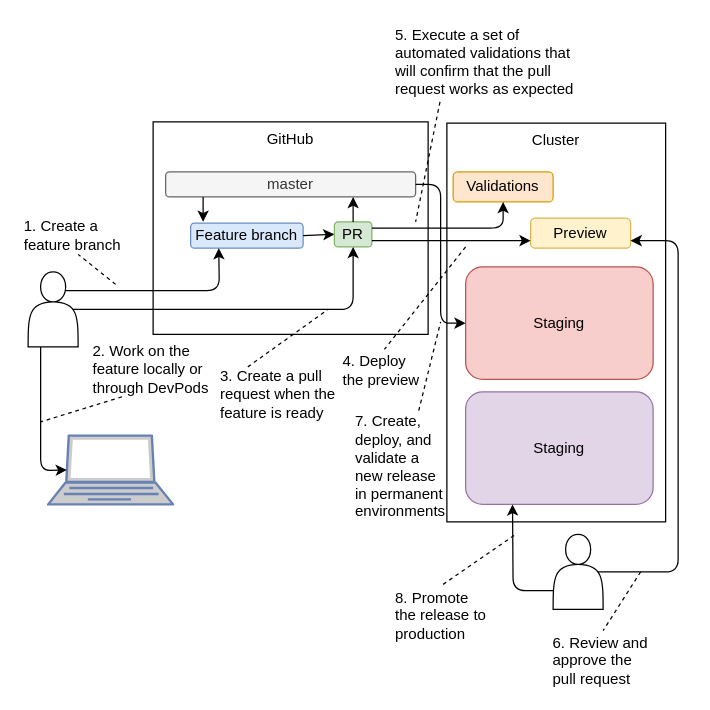
Above: manuscript/images/ch08/pr.drawio in vfarcic/devops26 (draw.io), before the change. Source tidied: cells renumbered, new cells numbered last; positions are measured from the earlier drawing's top-left corner, leaving out a move shared by most shapes. Both pictures are drawn from the tidied source at 125%, with x=0, y=0 at pixel (21, 21).
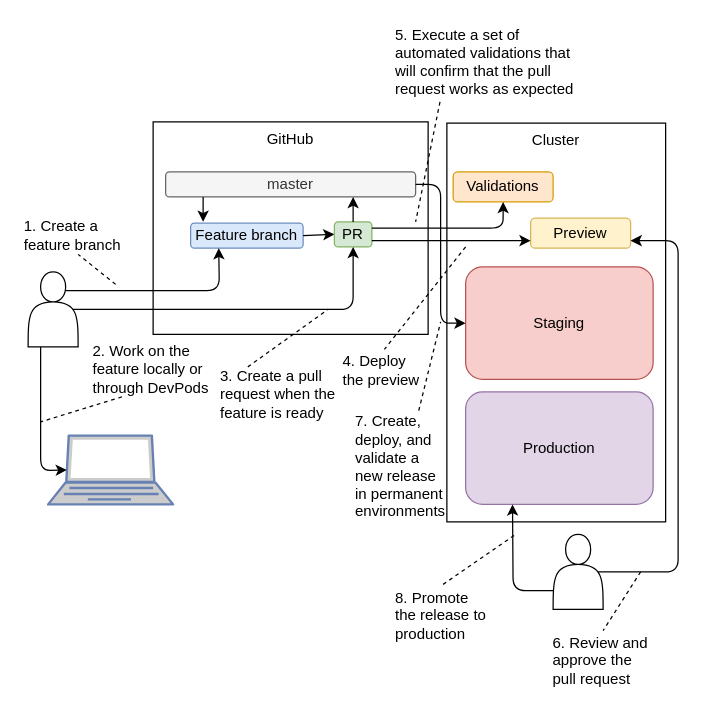
The same diagram, later.

Diff of the diagram source:
```diff
@@
-    <mxCell id="38" value="Staging" style="rounded=1;whiteSpace=wrap;html=1;align=center;fillColor=#e1d5e7;strokeColor=#9673a6;" parent="1" vertex="1">
+    <mxCell id="38" value="Production" style="rounded=1;whiteSpace=wrap;html=1;align=center;fillColor=#e1d5e7;strokeColor=#9673a6;" parent="1" vertex="1">
       <mxGeometry x="355" y="296" width="150" height="90" as="geometry" />
     </mxCell>
```
